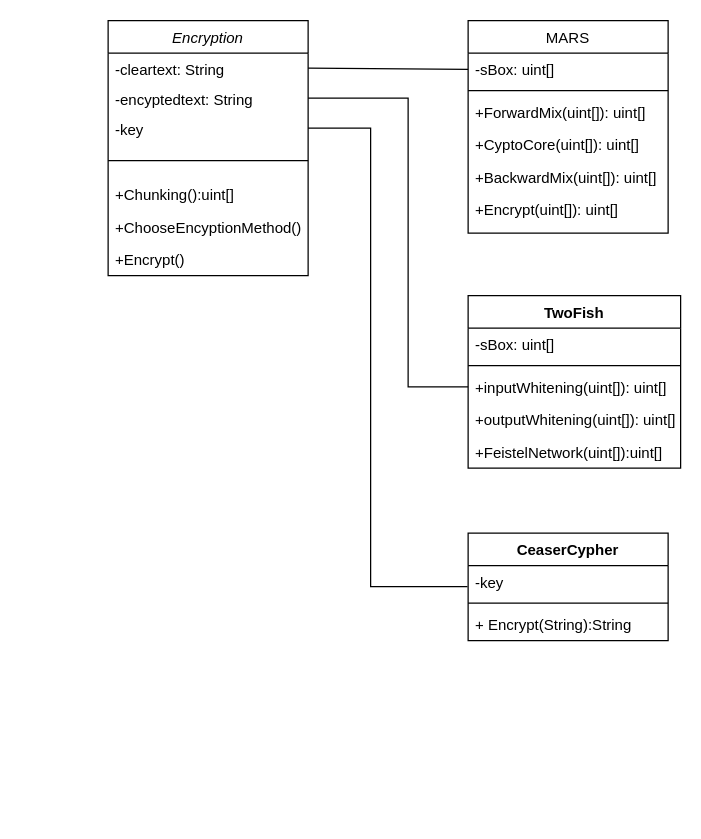
Earlier version of the draw.io diagram ClassDiagram.drawio (Masi1155/PasswordManager). Source tidied: cells renumbered, new cells numbered last; positions are measured from the earlier drawing's top-left corner, leaving out a move shared by most shapes. Both pictures are drawn from the tidied source at 125%, with x=0, y=0 at pixel (108, 20).
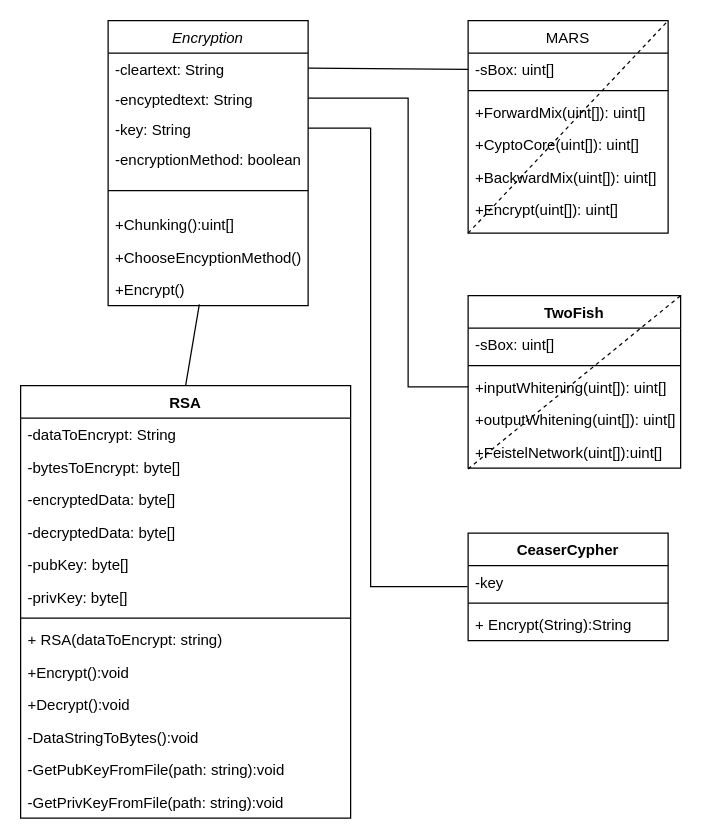
The same page after the edit.

The change refers to these unchanged cells:
```xml
<mxCell id="10" value="MARS" style="swimlane;fontStyle=0;align=center;verticalAlign=top;horizontal=1;startSize=26;rounded=0;shadow=0;strokeWidth=1;" parent="1" vertex="1">
  <mxGeometry x="288" width="160" height="170" as="geometry" />
</mxCell>
<mxCell id="17" value="TwoFish" style="swimlane;fontStyle=1;align=center;verticalAlign=top;horizontal=1;startSize=26;" parent="1" vertex="1">
  <mxGeometry x="288" y="220" width="170" height="138" as="geometry" />
</mxCell>
<mxCell id="22" value="+FeistelNetwork(uint[]):uint[]" style="text;strokeColor=none;fillColor=none;align=left;verticalAlign=top;spacingLeft=4;spacingRight=4;overflow=hidden;points=[[0,0.5],[1,0.5]];portConstraint=eastwest;" parent="17" vertex="1">
  <mxGeometry y="112" width="170" height="26" as="geometry" />
</mxCell>
```

What changed in the source:
```diff
@@
     <mxCell id="2" value="Encryption" style="swimlane;fontStyle=2;align=center;verticalAlign=top;horizontal=1;startSize=26;rounded=0;shadow=0;strokeWidth=1;" parent="1" vertex="1">
-      <mxGeometry width="160" height="204" as="geometry" />
+      <mxGeometry width="160" height="228" as="geometry" />
     </mxCell>
@@
-    <mxCell id="5" value="-key" style="text;align=left;verticalAlign=top;spacingLeft=4;spacingRight=4;overflow=hidden;points=[[0,0.5],[1,0.5]];portConstraint=eastwest;" parent="2" vertex="1">
+    <mxCell id="5" value="-key: String" style="text;align=left;verticalAlign=top;spacingLeft=4;spacingRight=4;overflow=hidden;points=[[0,0.5],[1,0.5]];portConstraint=eastwest;" parent="2" vertex="1">
       <mxGeometry y="74" width="160" height="24" as="geometry" />
     </mxCell>
+    <mxCell id="30" value="-encryptionMethod: boolean" style="text;align=left;verticalAlign=top;spacingLeft=4;spacingRight=4;overflow=hidden;" parent="2" vertex="1">
+      <mxGeometry y="98" width="160" height="24" as="geometry" />
+    </mxCell>
     <mxCell id="6" style="line;html=1;strokeWidth=1;align=left;verticalAlign=middle;spacingTop=-1;spacingLeft=3;spacingRight=3;labelPosition=right;" parent="2" vertex="1">
-      <mxGeometry y="98" width="160" height="28" as="geometry" />
+      <mxGeometry y="122" width="160" height="28" as="geometry" />
     </mxCell>
     <mxCell id="7" value="+Chunking():uint[]" style="text;align=left;verticalAlign=top;spacingLeft=4;spacingRight=4;overflow=hidden;" parent="2" vertex="1">
-      <mxGeometry y="126" width="160" height="26" as="geometry" />
+      <mxGeometry y="150" width="160" height="26" as="geometry" />
     </mxCell>
     <mxCell id="8" value="+ChooseEncyptionMethod()" style="text;align=left;verticalAlign=top;spacingLeft=4;spacingRight=4;overflow=hidden;" parent="2" vertex="1">
-      <mxGeometry y="152" width="160" height="26" as="geometry" />
+      <mxGeometry y="176" width="160" height="26" as="geometry" />
     </mxCell>
     <mxCell id="9" value="+Encrypt()" style="text;align=left;verticalAlign=top;spacingLeft=4;spacingRight=4;overflow=hidden;points=[[0,0.5],[1,0.5]];portConstraint=eastwest;" parent="2" vertex="1">
-      <mxGeometry y="178" width="160" height="26" as="geometry" />
+      <mxGeometry y="202" width="160" height="26" as="geometry" />
     </mxCell>
@@
+    <mxCell id="31" style="endArrow=none;dashed=1;html=1;rounded=0;entryX=1;entryY=0;entryDx=0;entryDy=0;exitX=0;exitY=1.024;exitDx=0;exitDy=0;exitPerimeter=0;" parent="17" edge="1" source="22">
+      <mxGeometry relative="1" as="geometry">
+        <mxPoint x="170" as="targetPoint" />
+      </mxGeometry>
+    </mxCell>
@@
+    <mxCell id="32" style="endArrow=none;dashed=1;html=1;rounded=0;entryX=1;entryY=0;entryDx=0;entryDy=0;exitX=0;exitY=1;exitDx=0;exitDy=0;" parent="1" edge="1" source="10" target="10">
+      <mxGeometry relative="1" as="geometry" />
+    </mxCell>
+    <mxCell id="33" value="RSA" style="swimlane;fontStyle=1;align=center;verticalAlign=top;horizontal=1;startSize=26;" parent="1" vertex="1">
+      <mxGeometry x="-70" y="292" width="264" height="346" as="geometry" />
+    </mxCell>
+    <mxCell id="34" value="-dataToEncrypt: String" style="text;strokeColor=none;fillColor=none;align=left;verticalAlign=top;spacingLeft=4;spacingRight=4;overflow=hidden;" parent="33" vertex="1">
+      <mxGeometry y="26" width="264" height="26" as="geometry" />
+    </mxCell>
+    <mxCell id="35" value="-bytesToEncrypt: byte[]" style="text;strokeColor=none;fillColor=none;align=left;verticalAlign=top;spacingLeft=4;spacingRight=4;overflow=hidden;" parent="33" vertex="1">
+      <mxGeometry y="52" width="264" height="26" as="geometry" />
+    </mxCell>
+    <mxCell id="36" value="-encryptedData: byte[]" style="text;strokeColor=none;fillColor=none;align=left;verticalAlign=top;spacingLeft=4;spacingRight=4;overflow=hidden;" parent="33" vertex="1">
+      <mxGeometry y="78" width="264" height="26" as="geometry" />
+    </mxCell>
+    <mxCell id="37" value="-decryptedData: byte[]" style="text;strokeColor=none;fillColor=none;align=left;verticalAlign=top;spacingLeft=4;spacingRight=4;overflow=hidden;" parent="33" vertex="1">
+      <mxGeometry y="104" width="264" height="26" as="geometry" />
+    </mxCell>
+    <mxCell id="38" value="-pubKey: byte[]" style="text;strokeColor=none;fillColor=none;align=left;verticalAlign=top;spacingLeft=4;spacingRight=4;overflow=hidden;" parent="33" vertex="1">
+      <mxGeometry y="130" width="264" height="26" as="geometry" />
+    </mxCell>
+    <mxCell id="39" value="-privKey: byte[]" style="text;strokeColor=none;fillColor=none;align=left;verticalAlign=top;spacingLeft=4;spacingRight=4;overflow=hidden;" parent="33" vertex="1">
+      <mxGeometry y="156" width="264" height="26" as="geometry" />
+    </mxCell>
+    <mxCell id="40" style="line;strokeWidth=1;fillColor=none;align=left;verticalAlign=middle;spacingTop=-1;spacingLeft=3;spacingRight=3;labelPosition=right;" parent="33" vertex="1">
+      <mxGeometry y="182" width="264" height="8" as="geometry" />
+    </mxCell>
+    <mxCell id="41" value="+ RSA(dataToEncrypt: string)" style="text;strokeColor=none;fillColor=none;align=left;verticalAlign=top;spacingLeft=4;spacingRight=4;overflow=hidden;" parent="33" vertex="1">
+      <mxGeometry y="190" width="264" height="26" as="geometry" />
+    </mxCell>
+    <mxCell id="42" value="+Encrypt():void" style="text;strokeColor=none;fillColor=none;align=left;verticalAlign=top;spacingLeft=4;spacingRight=4;overflow=hidden;" parent="33" vertex="1">
+      <mxGeometry y="216" width="264" height="26" as="geometry" />
+    </mxCell>
+    <mxCell id="43" value="+Decrypt():void" style="text;strokeColor=none;fillColor=none;align=left;verticalAlign=top;spacingLeft=4;spacingRight=4;overflow=hidden;" parent="33" vertex="1">
+      <mxGeometry y="242" width="264" height="26" as="geometry" />
+    </mxCell>
+    <mxCell id="44" value="-DataStringToBytes():void" style="text;strokeColor=none;fillColor=none;align=left;verticalAlign=top;spacingLeft=4;spacingRight=4;overflow=hidden;" parent="33" vertex="1">
+      <mxGeometry y="268" width="264" height="26" as="geometry" />
+    </mxCell>
+    <mxCell id="45" value="-GetPubKeyFromFile(path: string):void" style="text;strokeColor=none;fillColor=none;align=left;verticalAlign=top;spacingLeft=4;spacingRight=4;overflow=hidden;" parent="33" vertex="1">
+      <mxGeometry y="294" width="264" height="26" as="geometry" />
+    </mxCell>
+    <mxCell id="46" value="-GetPrivKeyFromFile(path: string):void" style="text;strokeColor=none;fillColor=none;align=left;verticalAlign=top;spacingLeft=4;spacingRight=4;overflow=hidden;" parent="33" vertex="1">
+      <mxGeometry y="320" width="264" height="26" as="geometry" />
+    </mxCell>
+    <mxCell id="47" style="endArrow=none;html=1;rounded=0;entryX=0.456;entryY=0.962;entryDx=0;entryDy=0;entryPerimeter=0;exitX=0.5;exitY=0;exitDx=0;exitDy=0;" parent="1" edge="1" source="33" target="9">
+      <mxGeometry relative="1" as="geometry" />
+    </mxCell>
```
